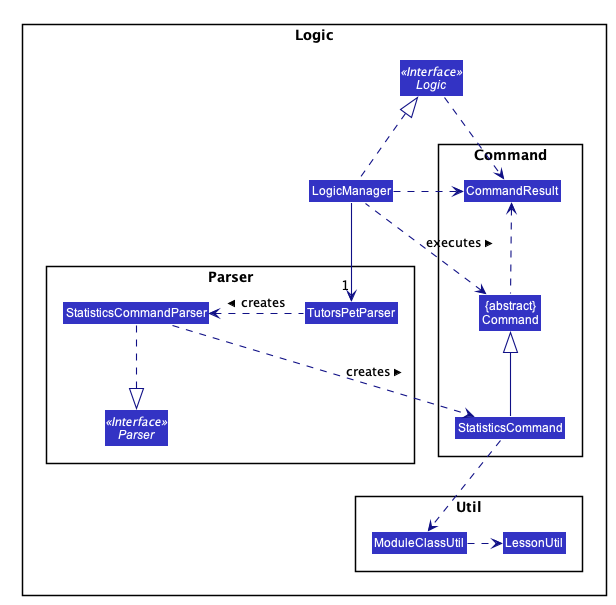
The PlantUML diagram docs/images/StatisticsClassDiagram.png in ypinhsuan/tp, before a commit. Its diagram source:
```plantuml
@startuml








skinparam BackgroundColor #FFFFFFF

skinparam Shadowing false

skinparam Class {
    FontColor #FFFFFF
    BorderThickness 1
    BorderColor #FFFFFF
    StereotypeFontColor #FFFFFF
    FontName Arial
}

skinparam Actor {
    BorderColor #000000
    Color #000000
    FontName Arial
}

skinparam Sequence {
    MessageAlign center
    BoxFontSize 15
    BoxPadding 0
    BoxFontColor #FFFFFF
    FontName Arial
}

skinparam Participant {
    FontColor #FFFFFFF
    Padding 20
}

skinparam MinClassWidth 50
skinparam ParticipantPadding 10
skinparam Shadowing false
skinparam DefaultTextAlignment center
skinparam packageStyle Rectangle

hide footbox
hide members
hide circle
skinparam classAttributeFontColor #FFFFFFF
skinparam classAttributeIconSize 0
skinparam arrowThickness 1.1
skinparam arrowColor #101086
skinparam classBackgroundColor #3333C4

package Logic {

Interface Logic <<Interface>> {
Class LogicManager
}

package Command {
Class StatisticsCommand
Class CommandResult
Class "{abstract}\nCommand" as Command
}

package Parser {
Interface Parser <<Interface>>
Class StatisticsCommandParser
Class CommandResult
Class TutorsPetParser
}

package Util {
Class LessonUtil
Class ModuleClassUtil
}

LogicManager .up.|> Logic
LogicManager -->"1" TutorsPetParser
TutorsPetParser .left.> StatisticsCommandParser: creates >

StatisticsCommandParser ..> StatisticsCommand : creates >
StatisticsCommandParser ..|> Parser
StatisticsCommand -up-|> Command
StatisticsCommand ..> ModuleClassUtil
ModuleClassUtil .right..> LessonUtil
LogicManager .left.> Command : executes >

Logic ..> CommandResult
LogicManager .down.> CommandResult
Command .up.> CommandResult


}

@enduml
```
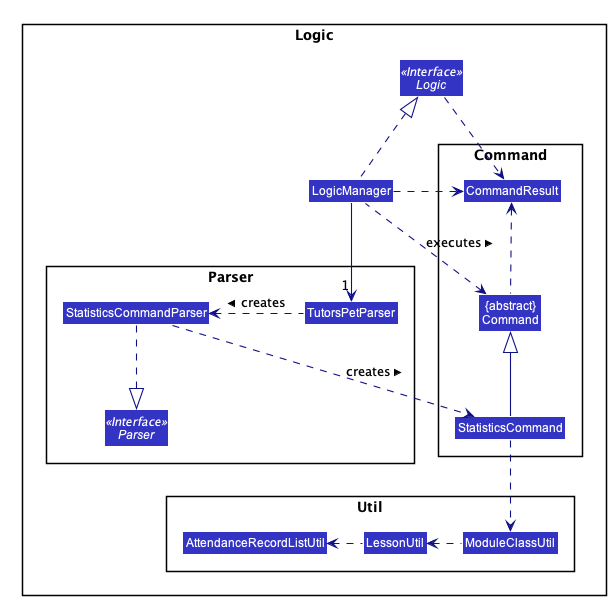
The same diagram one commit later.

Change to the diagram source:
```diff
@@ -75,6 +75,7 @@
 package Util {
 Class LessonUtil
 Class ModuleClassUtil
+Class AttendanceRecordListUtil
 }
 
 LogicManager .up.|> Logic
@@ -85,7 +86,8 @@
 StatisticsCommandParser ..|> Parser
 StatisticsCommand -up-|> Command
 StatisticsCommand ..> ModuleClassUtil
-ModuleClassUtil .right..> LessonUtil
+ModuleClassUtil .left..> LessonUtil
+LessonUtil .left..> AttendanceRecordListUtil
 LogicManager .left.> Command : executes >
 
 Logic ..> CommandResult
```
